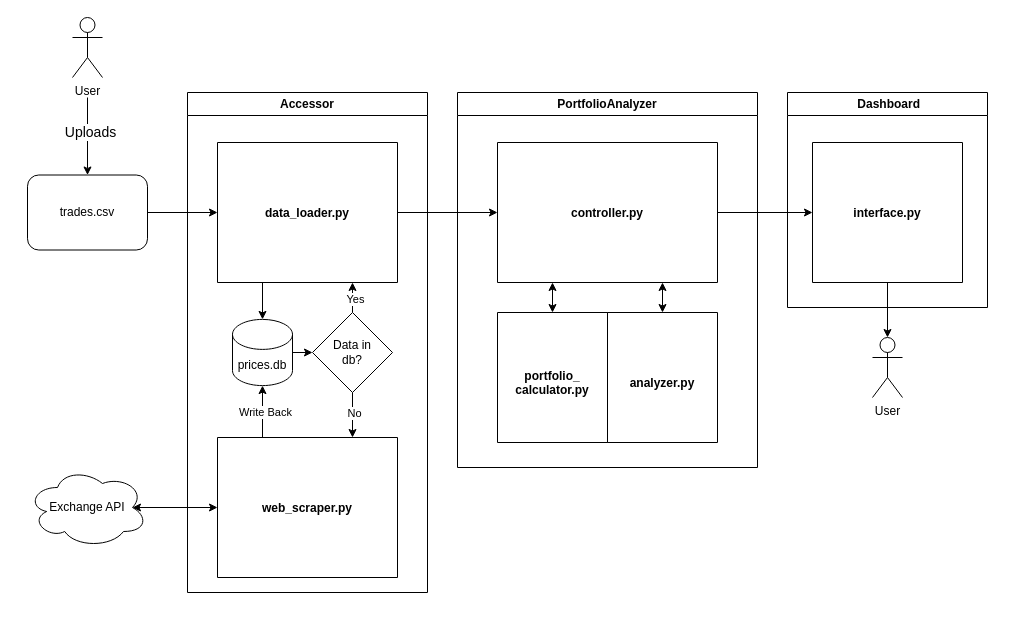
Erik-Kelemen/Stock-Portfolio-Analyzer keeps this draw.io diagram as imgs/StockPortfolioAnalyzer.drawio. Above is the earlier version. Source tidied: cells renumbered, new cells numbered last; positions are measured from the earlier drawing's top-left corner, leaving out a move shared by most shapes. Both pictures are drawn from the tidied source at 100%, with x=0, y=0 at pixel (27, 17).
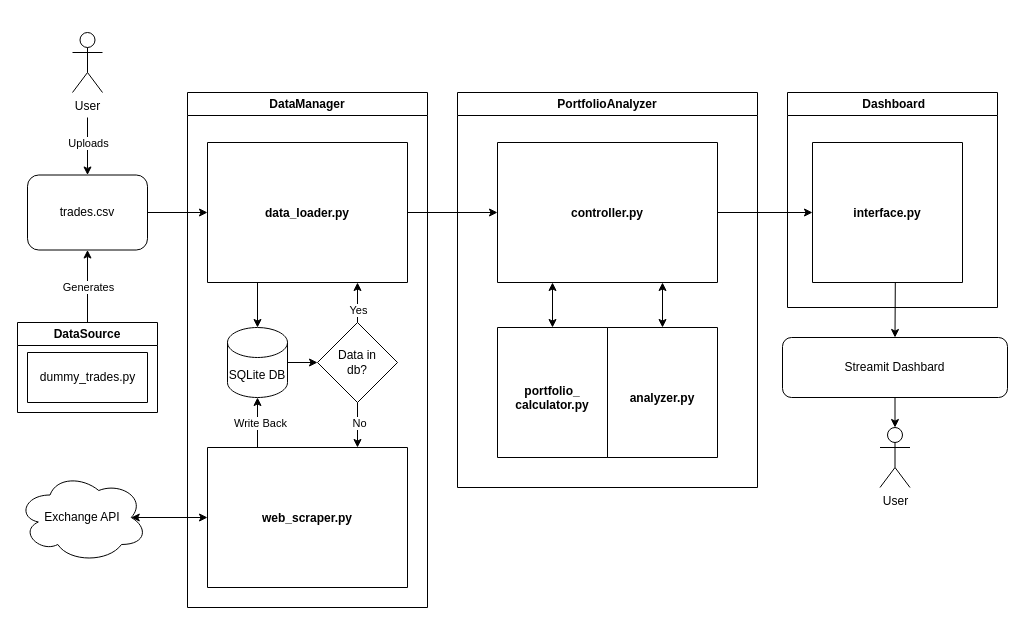
After the change.

The change refers to these unchanged cells:
```xml
<mxCell id="18" style="endArrow=classic;html=1;rounded=0;exitX=0.5;exitY=0;exitDx=0;exitDy=0;entryX=0.75;entryY=1;entryDx=0;entryDy=0;" parent="11" edge="1" source="15" target="13">
  <mxGeometry relative="1" as="geometry" />
</mxCell>
<mxCell id="25" value="trades.csv" style="rounded=1;whiteSpace=wrap;html=1;" parent="1" vertex="1">
  <mxGeometry y="157.5" width="120" height="75" as="geometry" />
</mxCell>
<mxCell id="32" value="&#10;&#10;&#10;&#10;&#10;&#10;&#10;&#10;&#10;&#10;interface.py" style="swimlane;startSize=0;" parent="31" vertex="1">
  <mxGeometry x="25" y="50" width="150" height="140" as="geometry" />
</mxCell>
```

Change to the diagram source:
```diff
@@
     <mxCell id="2" value="PortfolioAnalyzer" style="swimlane;whiteSpace=wrap;html=1;startSize=23;" parent="1" vertex="1">
-      <mxGeometry x="430" y="75" width="300" height="375" as="geometry" />
+      <mxGeometry x="430" y="75" width="300" height="395" as="geometry" />
     </mxCell>
@@
     <mxCell id="4" value="&#10;&#10;&#10;&#10;&#10;&#10;&#10;&#10;&#10;&#10;analyzer.py" style="swimlane;startSize=0;" parent="2" vertex="1">
-      <mxGeometry x="150" y="220" width="110" height="130" as="geometry" />
+      <mxGeometry x="150" y="235" width="110" height="130" as="geometry" />
     </mxCell>
     <mxCell id="5" value="&#10;&#10;&#10;&#10;&#10;&#10;&#10;&#10;&#10;&#10;portfolio_&#10;calculator.py" style="swimlane;startSize=0;" parent="2" vertex="1">
-      <mxGeometry x="40" y="220" width="110" height="130" as="geometry" />
+      <mxGeometry x="40" y="235" width="110" height="130" as="geometry" />
     </mxCell>
@@
     <mxCell id="9" value="User&lt;br&gt;" style="shape=umlActor;verticalLabelPosition=bottom;verticalAlign=top;html=1;outlineConnect=0;" parent="1" vertex="1">
-      <mxGeometry x="845" y="320" width="30" height="60" as="geometry" />
+      <mxGeometry x="852.5" y="410" width="30" height="60" as="geometry" />
     </mxCell>
-    <mxCell id="10" style="endArrow=classic;html=1;rounded=0;exitX=0.5;exitY=1;exitDx=0;exitDy=0;" parent="1" edge="1" source="32" target="9">
-      <mxGeometry relative="1" as="geometry" />
-    </mxCell>
-    <mxCell id="11" value="Accessor" style="swimlane;whiteSpace=wrap;html=1;" parent="1" vertex="1">
-      <mxGeometry x="160" y="75" width="240" height="500" as="geometry" />
+    <mxCell id="11" value="DataManager" style="swimlane;whiteSpace=wrap;html=1;" parent="1" vertex="1">
+      <mxGeometry x="160" y="75" width="240" height="515" as="geometry" />
     </mxCell>
     <mxCell id="12" value="&#10;&#10;&#10;&#10;&#10;&#10;&#10;&#10;&#10;&#10;web_scraper.py" style="swimlane;startSize=0;" parent="11" vertex="1">
-      <mxGeometry x="30" y="345" width="180" height="140" as="geometry" />
+      <mxGeometry x="20" y="355" width="200" height="140" as="geometry" />
     </mxCell>
     <mxCell id="13" value="&#10;&#10;&#10;&#10;&#10;&#10;&#10;&#10;&#10;&#10;data_loader.py" style="swimlane;startSize=0;" parent="11" vertex="1">
-      <mxGeometry x="30" y="50" width="180" height="140" as="geometry" />
+      <mxGeometry x="20" y="50" width="200" height="140" as="geometry" />
     </mxCell>
-    <mxCell id="14" value="prices.db" style="shape=cylinder3;whiteSpace=wrap;html=1;boundedLbl=1;backgroundOutline=1;size=15;" parent="11" vertex="1">
-      <mxGeometry x="45" y="226.9" width="60" height="66.2" as="geometry" />
+    <mxCell id="14" value="SQLite DB" style="shape=cylinder3;whiteSpace=wrap;html=1;boundedLbl=1;backgroundOutline=1;size=15;" parent="11" vertex="1">
+      <mxGeometry x="40" y="235" width="60" height="70" as="geometry" />
     </mxCell>
     <mxCell id="15" value="Data in &lt;br&gt;db?" style="rhombus;whiteSpace=wrap;html=1;" parent="11" vertex="1">
-      <mxGeometry x="125" y="220" width="80" height="80" as="geometry" />
+      <mxGeometry x="130" y="230" width="80" height="80" as="geometry" />
     </mxCell>
@@
     <mxCell id="19" value="Yes" style="edgeLabel;html=1;align=center;verticalAlign=middle;" parent="18" vertex="1">
-      <mxGeometry x="-0.04" y="-2" relative="1" as="geometry" />
+      <mxGeometry x="-0.04" y="-2" relative="1" as="geometry">
+        <mxPoint x="-2" y="6" as="offset" />
+      </mxGeometry>
     </mxCell>
@@
-    <mxCell id="24" value="User&lt;br&gt;" style="shape=umlActor;verticalLabelPosition=bottom;verticalAlign=top;html=1;" parent="1" vertex="1">
-      <mxGeometry x="45" width="30" height="60" as="geometry" />
-    </mxCell>
@@
-    <mxCell id="26" style="endArrow=classic;html=1;rounded=0;" parent="1" edge="1" target="25">
-      <mxGeometry relative="1" as="geometry">
-        <mxPoint x="60" y="80" as="sourcePoint" />
-      </mxGeometry>
-    </mxCell>
-    <mxCell id="27" value="Uploads" style="edgeLabel;html=1;align=center;verticalAlign=middle;fontSize=14;" parent="26" vertex="1">
-      <mxGeometry x="-0.13" relative="1" as="geometry">
-        <mxPoint x="2" as="offset" />
-      </mxGeometry>
-    </mxCell>
@@
     <mxCell id="30" value="Exchange API" style="ellipse;shape=cloud;whiteSpace=wrap;html=1;" parent="1" vertex="1">
-      <mxGeometry y="450" width="120" height="80" as="geometry" />
+      <mxGeometry x="-10" y="455" width="130" height="90" as="geometry" />
     </mxCell>
     <mxCell id="31" value="&amp;nbsp;Dashboard" style="swimlane;whiteSpace=wrap;html=1;" parent="1" vertex="1">
-      <mxGeometry x="760" y="75" width="200" height="215" as="geometry" />
+      <mxGeometry x="760" y="75" width="210" height="215" as="geometry" />
     </mxCell>
@@
+    <mxCell id="34" value="Streamit Dashbard" style="rounded=1;whiteSpace=wrap;html=1;" parent="1" vertex="1">
+      <mxGeometry x="755" y="320" width="225" height="60" as="geometry" />
+    </mxCell>
+    <mxCell id="35" style="endArrow=classic;html=1;rounded=0;exitX=0.552;exitY=1.003;exitDx=0;exitDy=0;exitPerimeter=0;entryX=0.5;entryY=0;entryDx=0;entryDy=0;" parent="1" edge="1" source="32" target="34">
+      <mxGeometry relative="1" as="geometry" />
+    </mxCell>
+    <mxCell id="36" style="endArrow=classic;html=1;rounded=0;exitX=0.5;exitY=1;exitDx=0;exitDy=0;entryX=0.5;entryY=0;entryDx=0;entryDy=0;entryPerimeter=0;" parent="1" edge="1" source="34" target="9">
+      <mxGeometry relative="1" as="geometry" />
+    </mxCell>
+    <mxCell id="37" value="DataSource" style="swimlane;whiteSpace=wrap;html=1;" parent="1" vertex="1">
+      <mxGeometry x="-10" y="305" width="140" height="90" as="geometry" />
+    </mxCell>
+    <mxCell id="38" style="swimlane;startSize=0;" parent="37" vertex="1">
+      <mxGeometry x="10" y="30" width="120" height="50" as="geometry" />
+    </mxCell>
+    <mxCell id="39" value="dummy_trades.py" style="text;html=1;align=center;verticalAlign=middle;strokeColor=none;fillColor=none;" parent="38" vertex="1">
+      <mxGeometry y="10" width="120" height="30" as="geometry" />
+    </mxCell>
+    <mxCell id="40" style="endArrow=classic;html=1;rounded=0;exitX=0.5;exitY=0;exitDx=0;exitDy=0;entryX=0.5;entryY=1;entryDx=0;entryDy=0;" parent="1" edge="1" source="37" target="25">
+      <mxGeometry relative="1" as="geometry" />
+    </mxCell>
+    <mxCell id="41" value="Generates" style="edgeLabel;html=1;align=center;verticalAlign=middle;fontSize=11;" parent="40" vertex="1">
+      <mxGeometry x="0.2" relative="1" as="geometry">
+        <mxPoint y="8" as="offset" />
+      </mxGeometry>
+    </mxCell>
+    <mxCell id="42" style="endArrow=classic;html=1;rounded=0;entryX=0.5;entryY=0;entryDx=0;entryDy=0;" parent="1" edge="1" target="25">
+      <mxGeometry relative="1" as="geometry">
+        <mxPoint x="60" y="100" as="sourcePoint" />
+      </mxGeometry>
+    </mxCell>
+    <mxCell id="27" value="&lt;font style=&quot;font-size: 11px;&quot;&gt;Uploads&lt;/font&gt;" style="edgeLabel;html=1;align=center;verticalAlign=middle;fontSize=11;" parent="42" vertex="1">
+      <mxGeometry x="-0.13" relative="1" as="geometry" />
+    </mxCell>
+    <mxCell id="24" value="User&lt;br&gt;" style="shape=umlActor;verticalLabelPosition=bottom;verticalAlign=top;html=1;" parent="1" vertex="1">
+      <mxGeometry x="45" y="15" width="30" height="60" as="geometry" />
+    </mxCell>
```
